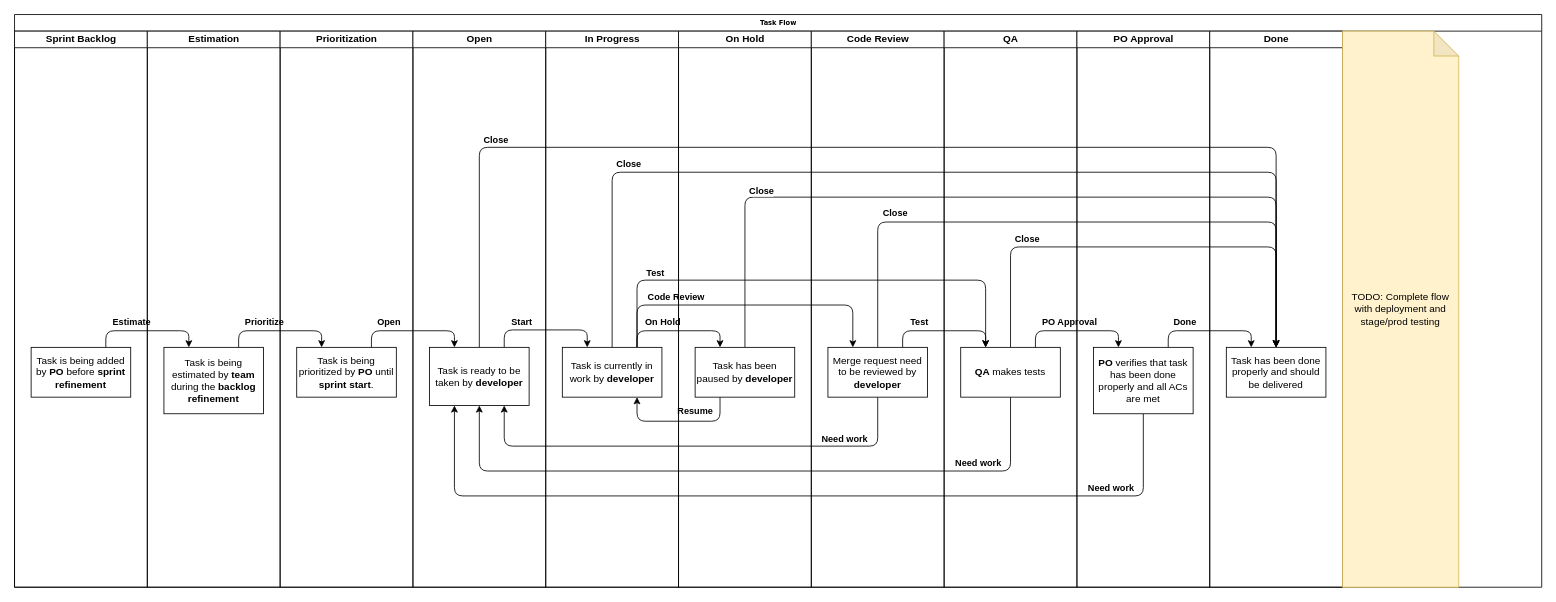
Above: jira/workflow/diagram.drawio in avchugaev/diagrams (draw.io), before the change. Source tidied: cells renumbered, new cells numbered last; positions are measured from the earlier drawing's top-left corner, leaving out a move shared by most shapes. Both pictures are drawn from the tidied source at 83%, with x=0, y=0 at pixel (14, 14).
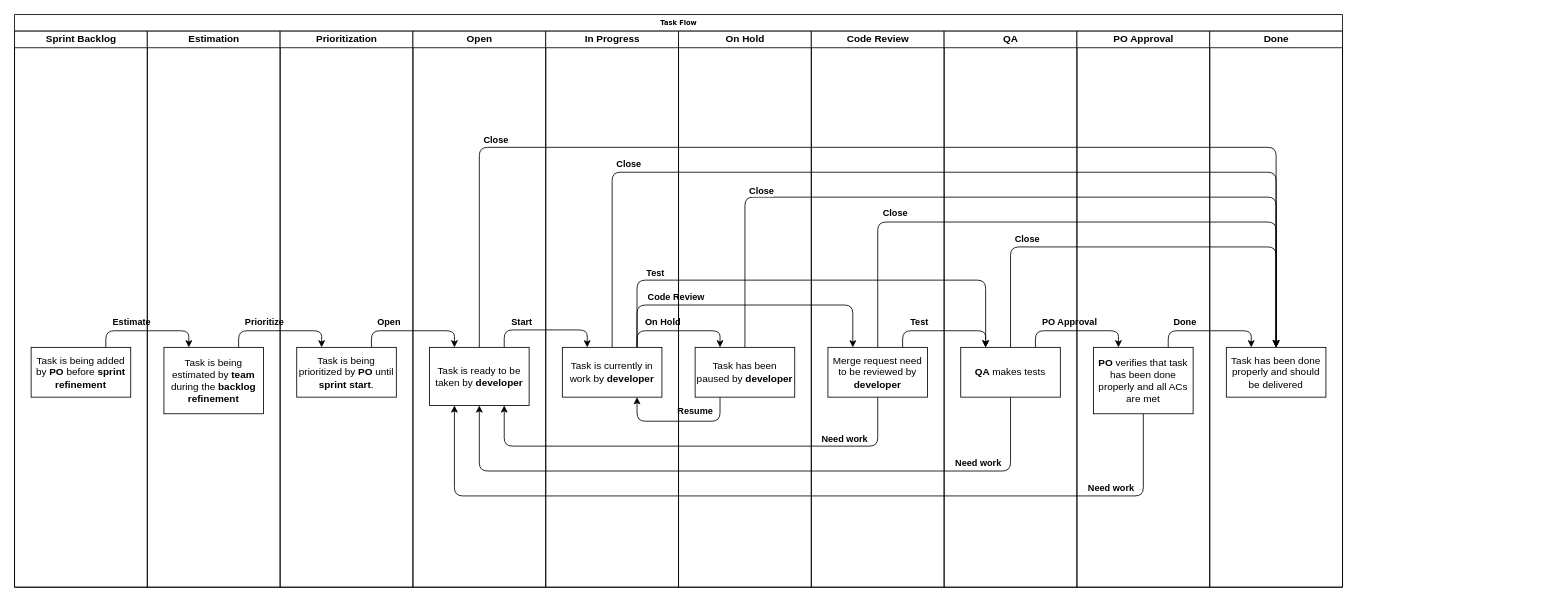
The same page after the edit.

Commit message:
feat(jira): workflow diagram

Diff of the diagram source:
```diff
@@
     <mxCell id="2" value="Task Flow" style="swimlane;html=1;startSize=20;shadow=0;labelBackgroundColor=none;strokeWidth=1;fontFamily=Verdana;fontSize=8;align=center;" parent="1" vertex="1">
-      <mxGeometry width="1840" height="690" as="geometry" />
+      <mxGeometry width="1600" height="690" as="geometry" />
     </mxCell>
@@
-    <mxCell id="61" value="TODO: Complete flow with deployment and stage/prod testing" style="shape=note;whiteSpace=wrap;html=1;backgroundOutline=1;darkOpacity=0.05;shadow=0;strokeColor=#d6b656;sketch=0;fillColor=#fff2cc;" parent="2" vertex="1">
-      <mxGeometry x="1600" y="20" width="140" height="670" as="geometry" />
-    </mxCell>
```
